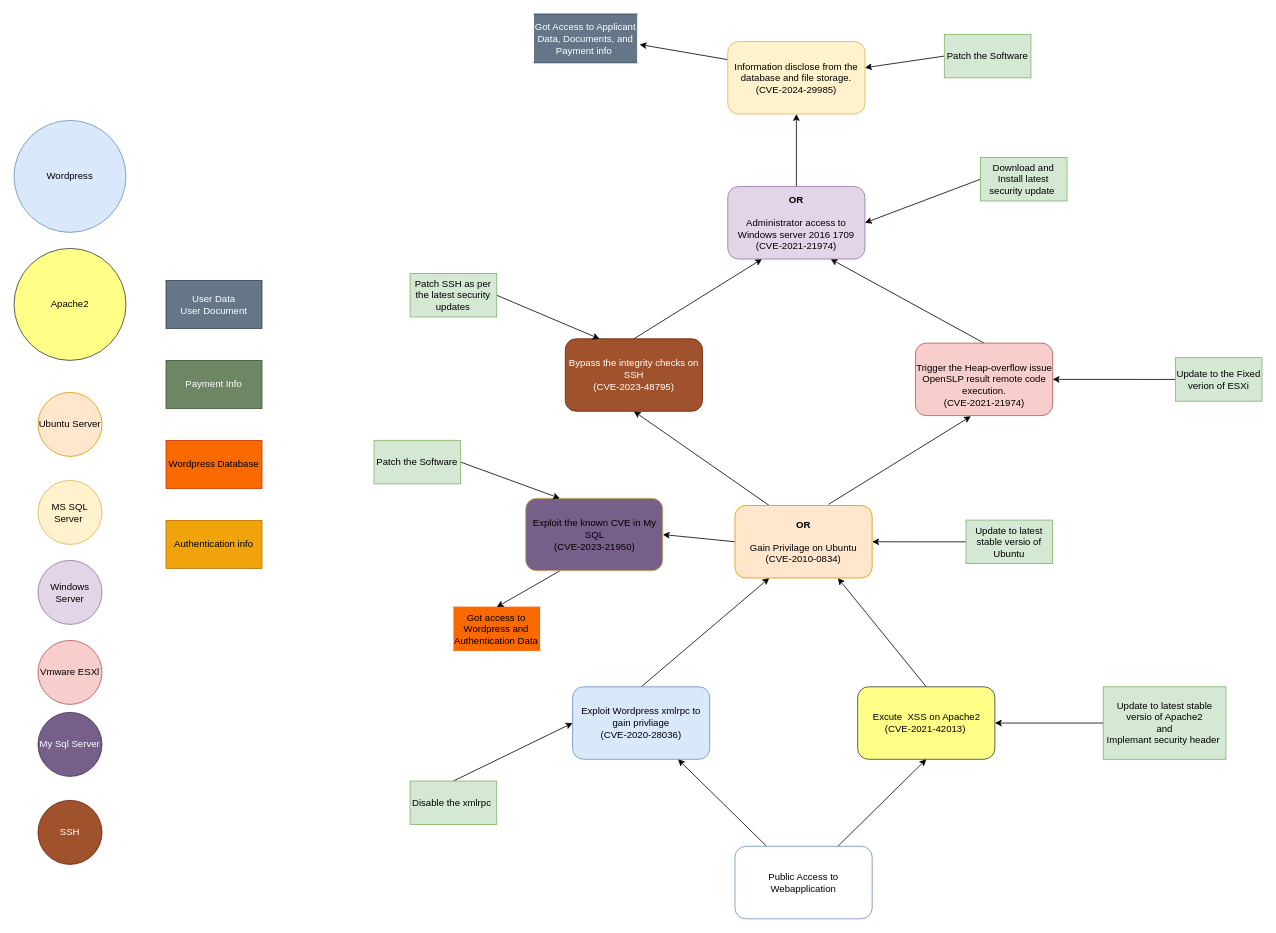
Before: page "Page-11" (11 of 12) of duk_website.drawio in 00Himanshu/System-Security-and-Risk-Analysis, a draw.io diagram. Source tidied: cells renumbered, new cells numbered last; positions are measured from the earlier drawing's top-left corner, leaving out a move shared by most shapes. Both pictures are drawn from the tidied source at 80%, with x=0, y=0 at pixel (14, 14).
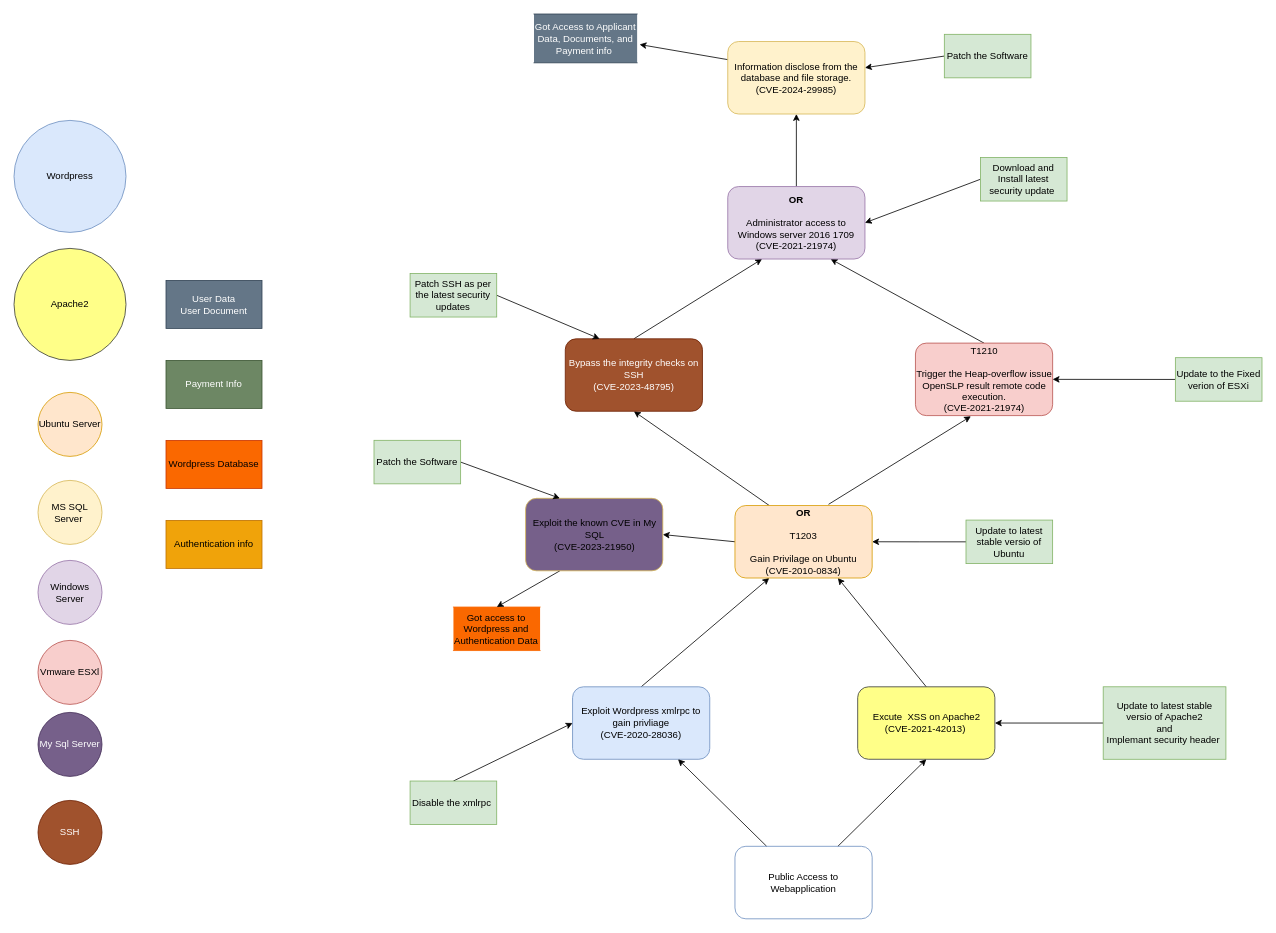
Above is the later version.

Change to the diagram source:
```diff
@@
-    <mxCell id="20" value="&lt;div&gt;&lt;b&gt;OR&lt;/b&gt;&lt;/div&gt;&lt;div&gt;&lt;br&gt;&lt;/div&gt;Gain Privilage on Ubuntu&lt;div&gt;(CVE-2010-0834)&lt;/div&gt;" style="rounded=1;whiteSpace=wrap;html=1;fillColor=#ffe6cc;strokeColor=#d79b00;" parent="1" vertex="1">
+    <mxCell id="20" value="&lt;div&gt;&lt;b&gt;OR&lt;/b&gt;&lt;/div&gt;&lt;div&gt;&lt;b&gt;&lt;br&gt;&lt;/b&gt;&lt;/div&gt;&lt;div&gt;T1203&lt;/div&gt;&lt;div&gt;&lt;br&gt;&lt;/div&gt;Gain Privilage on Ubuntu&lt;div&gt;(CVE-2010-0834)&lt;/div&gt;" style="rounded=1;whiteSpace=wrap;html=1;fillColor=#ffe6cc;strokeColor=#d79b00;" parent="1" vertex="1">
       <mxGeometry x="901.2" y="614.4" width="171.5" height="90.6" as="geometry" />
     </mxCell>
@@
-    <mxCell id="22" value="&lt;div&gt;&lt;br&gt;&lt;/div&gt;Trigger the Heap-overflow issue OpenSLP result remote code execution.&lt;div&gt;(CVE-2021-21974)&lt;/div&gt;" style="rounded=1;whiteSpace=wrap;html=1;fillColor=#f8cecc;strokeColor=#b85450;" parent="1" vertex="1">
+    <mxCell id="22" value="&lt;div&gt;T1210&lt;/div&gt;&lt;div&gt;&lt;br&gt;&lt;/div&gt;Trigger the Heap-overflow issue OpenSLP result remote code execution.&lt;div&gt;(CVE-2021-21974)&lt;/div&gt;" style="rounded=1;whiteSpace=wrap;html=1;fillColor=#f8cecc;strokeColor=#b85450;" parent="1" vertex="1">
       <mxGeometry x="1126.8" y="411.4" width="171.5" height="90.6" as="geometry" />
     </mxCell>
```
